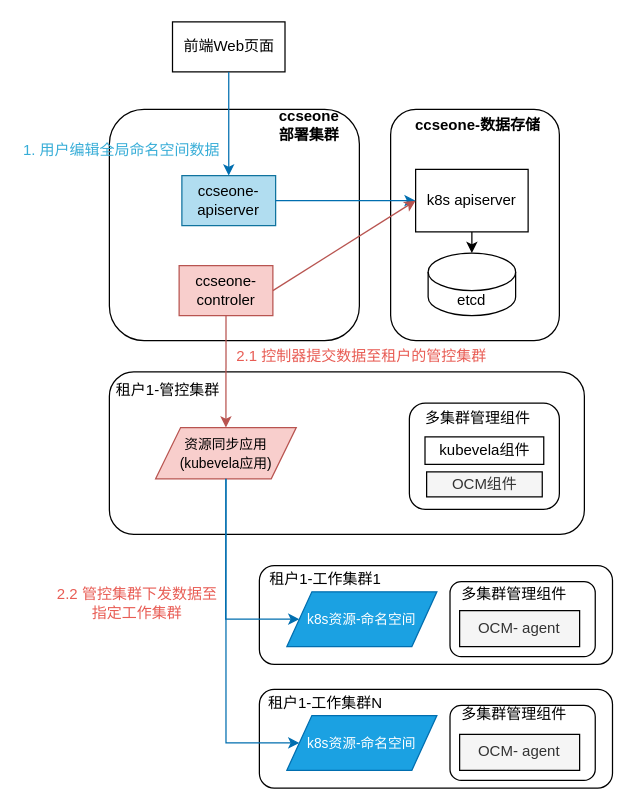
Tiny-VS-Lina/ccse keeps this draw.io diagram as page "全局命名空间" (3 of 8) of drawio/zz.drawio. Above is the earlier version. Source tidied: cells renumbered, new cells numbered last; positions are measured from the earlier drawing's top-left corner, leaving out a move shared by most shapes. Both pictures are drawn from the tidied source at 125%, with x=0, y=0 at pixel (21, 21).
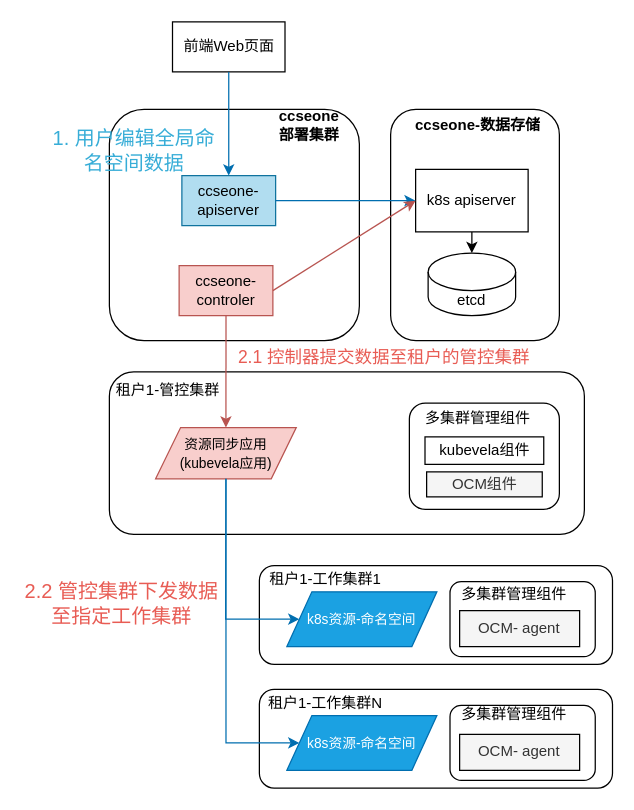
The same diagram, later.

Diff of the diagram source:
```diff
@@
-    <mxCell id="36" value="1.&amp;nbsp;用户编辑全局命名空间数据" style="text;html=1;strokeColor=none;fillColor=none;align=center;verticalAlign=middle;whiteSpace=wrap;rounded=0;fontColor=#37add7;" parent="1" vertex="1">
-      <mxGeometry y="88" width="160" height="30" as="geometry" />
+    <mxCell id="36" value="1.&amp;nbsp;用户编辑全局命名空间数据" style="text;html=1;strokeColor=none;fillColor=none;align=center;verticalAlign=middle;whiteSpace=wrap;rounded=0;fontColor=#37add7;fontSize=16;" parent="1" vertex="1">
+      <mxGeometry x="20" y="88" width="140" height="30" as="geometry" />
     </mxCell>
@@
-    <mxCell id="39" value="2.1&amp;nbsp;控制器提交数据至租户的管控集群" style="text;html=1;strokeColor=none;fillColor=none;align=center;verticalAlign=middle;whiteSpace=wrap;rounded=0;strokeWidth=0;fontColor=#e85c54;" parent="1" vertex="1">
-      <mxGeometry x="147" y="255" width="250" height="25" as="geometry" />
+    <mxCell id="39" value="2.1&amp;nbsp;控制器提交数据至租户的管控集群" style="text;html=1;strokeColor=none;fillColor=none;align=center;verticalAlign=middle;whiteSpace=wrap;rounded=0;strokeWidth=0;fontColor=#e85c54;fontSize=14;" parent="1" vertex="1">
+      <mxGeometry x="165" y="255" width="250" height="25" as="geometry" />
     </mxCell>
-    <mxCell id="40" value="2.2&amp;nbsp;管控集群下发数据至指定工作集群" style="text;html=1;strokeColor=none;fillColor=none;align=center;verticalAlign=middle;whiteSpace=wrap;rounded=0;strokeWidth=0;fontColor=#e85c54;" parent="1" vertex="1">
-      <mxGeometry x="25" y="450" width="135" height="30.9" as="geometry" />
+    <mxCell id="40" value="2.2&amp;nbsp;管控集群下发数据至指定工作集群" style="text;html=1;strokeColor=none;fillColor=none;align=center;verticalAlign=middle;whiteSpace=wrap;rounded=0;strokeWidth=0;fontColor=#e85c54;fontSize=16;" parent="1" vertex="1">
+      <mxGeometry y="450" width="160" height="30.9" as="geometry" />
     </mxCell>
```
